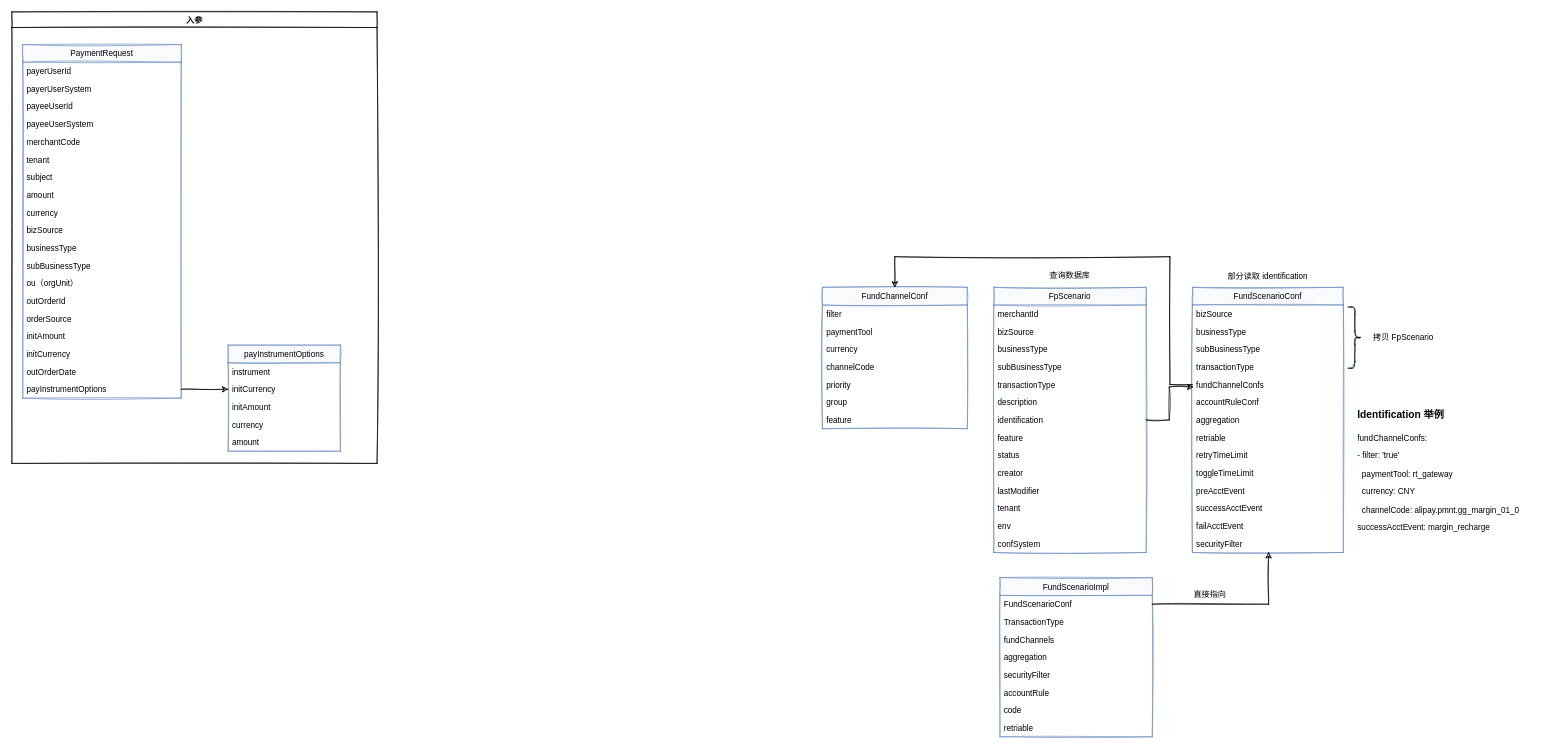
Earlier version of the draw.io diagram Untitled Diagram.drawio (Lichit-bot/hello-computer). Source tidied: cells renumbered, new cells numbered last; positions are measured from the earlier drawing's top-left corner, leaving out a move shared by most shapes. Both pictures are drawn from the tidied source at 68%, with x=0, y=0 at pixel (12, 12).
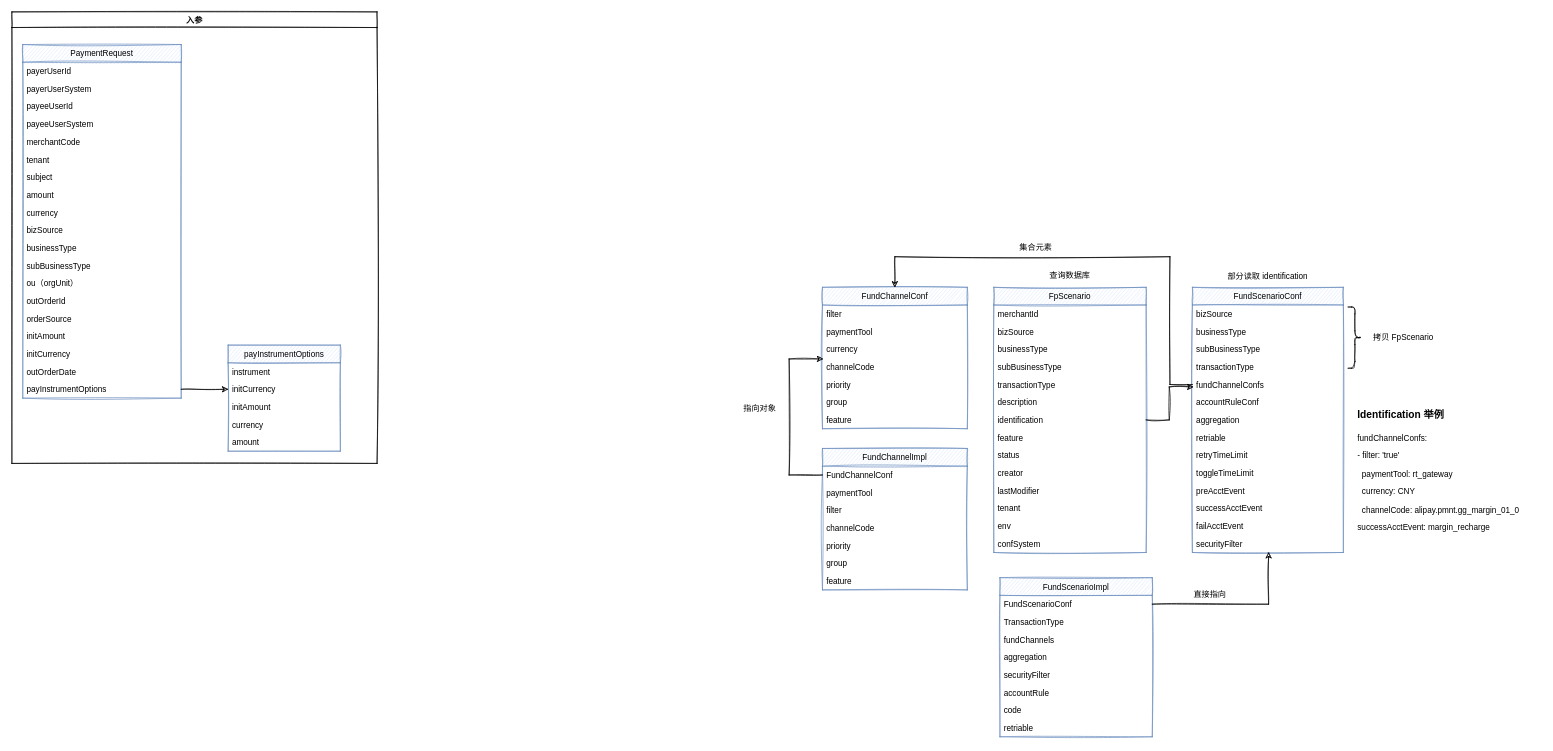
The same page after the edit.

The change refers to these unchanged cells:
```xml
<mxCell id="79" value="channelCode" style="text;strokeColor=none;fillColor=none;align=left;verticalAlign=top;spacingLeft=4;spacingRight=4;overflow=hidden;points=[[0,0.5],[1,0.5]];portConstraint=eastwest;" parent="75" vertex="1">
  <mxGeometry y="104" width="213" height="26" as="geometry" />
</mxCell>
```

The edit, as a diff of the source:
```diff
@@
+    <mxCell id="86" value="集合元素" style="text;html=1;strokeColor=none;fillColor=none;align=center;verticalAlign=middle;whiteSpace=wrap;rounded=0;sketch=1;" parent="1" vertex="1">
+      <mxGeometry x="1467" y="337" width="78" height="20" as="geometry" />
+    </mxCell>
+    <mxCell id="87" value="FundChannelImpl" style="swimlane;fontStyle=0;horizontal=1;startSize=26;sketch=1;fillColor=#dae8fc;strokeColor=#6c8ebf;" parent="1" vertex="1">
+      <mxGeometry x="1192" y="642" width="213" height="208" as="geometry" />
+    </mxCell>
+    <mxCell id="88" value="FundChannelConf" style="text;strokeColor=none;fillColor=none;align=left;verticalAlign=top;spacingLeft=4;spacingRight=4;overflow=hidden;points=[[0,0.5],[1,0.5]];portConstraint=eastwest;" parent="87" vertex="1">
+      <mxGeometry y="26" width="213" height="26" as="geometry" />
+    </mxCell>
+    <mxCell id="89" value="paymentTool" style="text;strokeColor=none;fillColor=none;align=left;verticalAlign=top;spacingLeft=4;spacingRight=4;overflow=hidden;" parent="87" vertex="1">
+      <mxGeometry y="52" width="213" height="26" as="geometry" />
+    </mxCell>
+    <mxCell id="90" value="filter" style="text;strokeColor=none;fillColor=none;align=left;verticalAlign=top;spacingLeft=4;spacingRight=4;overflow=hidden;" parent="87" vertex="1">
+      <mxGeometry y="78" width="213" height="26" as="geometry" />
+    </mxCell>
+    <mxCell id="91" value="channelCode" style="text;strokeColor=none;fillColor=none;align=left;verticalAlign=top;spacingLeft=4;spacingRight=4;overflow=hidden;" parent="87" vertex="1">
+      <mxGeometry y="104" width="213" height="26" as="geometry" />
+    </mxCell>
+    <mxCell id="92" value="priority" style="text;strokeColor=none;fillColor=none;align=left;verticalAlign=top;spacingLeft=4;spacingRight=4;overflow=hidden;" parent="87" vertex="1">
+      <mxGeometry y="130" width="213" height="26" as="geometry" />
+    </mxCell>
+    <mxCell id="93" value="group" style="text;strokeColor=none;fillColor=none;align=left;verticalAlign=top;spacingLeft=4;spacingRight=4;overflow=hidden;" parent="87" vertex="1">
+      <mxGeometry y="156" width="213" height="26" as="geometry" />
+    </mxCell>
+    <mxCell id="94" value="feature" style="text;strokeColor=none;fillColor=none;align=left;verticalAlign=top;spacingLeft=4;spacingRight=4;overflow=hidden;" parent="87" vertex="1">
+      <mxGeometry y="182" width="213" height="26" as="geometry" />
+    </mxCell>
+    <mxCell id="95" style="edgeStyle=orthogonalEdgeStyle;rounded=0;comic=0;sketch=1;jettySize=auto;html=1;exitX=0;exitY=0.5;exitDx=0;exitDy=0;entryX=0.004;entryY=0.053;entryDx=0;entryDy=0;entryPerimeter=0;" parent="1" edge="1" source="88" target="79">
+      <mxGeometry relative="1" as="geometry">
+        <Array as="points">
+          <mxPoint x="1143" y="681" />
+          <mxPoint x="1143" y="510" />
+        </Array>
+      </mxGeometry>
+    </mxCell>
+    <mxCell id="96" value="指向对象" style="text;html=1;strokeColor=none;fillColor=none;align=center;verticalAlign=middle;whiteSpace=wrap;rounded=0;sketch=1;" parent="1" vertex="1">
+      <mxGeometry x="1071" y="574" width="58" height="20" as="geometry" />
+    </mxCell>
```
